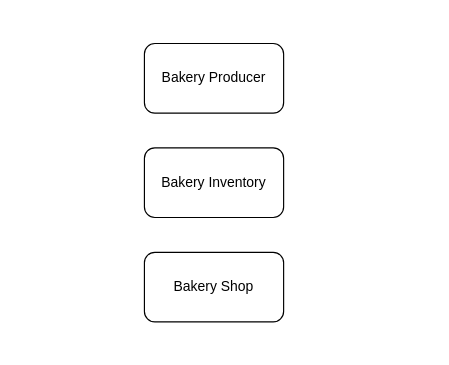
This is test.drawio from djulbicb/MP1-Pizzeria-Monolith, a draw.io file, before an edit. Source tidied: cells renumbered, new cells numbered last; positions are measured from the earlier drawing's top-left corner, leaving out a move shared by most shapes. Both pictures are drawn from the tidied source at 116%, with x=0, y=0 at pixel (144, 43).
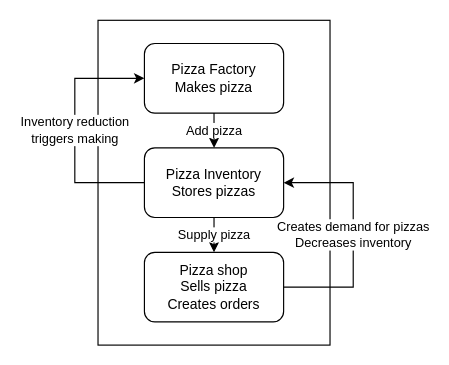
After the change.

Diff of the diagram source:
```diff
@@
 <mxGraphModel>
   <root>
     <mxCell id="0" />
     <mxCell id="1" parent="0" />
+    <mxCell id="5" style="rounded=0;whiteSpace=wrap;html=1;" parent="1" vertex="1">
+      <mxGeometry x="-40" y="-20" width="200" height="280" as="geometry" />
+    </mxCell>
-    <mxCell id="2" value="&lt;div&gt;Bakery Shop&lt;/div&gt;" style="rounded=1;whiteSpace=wrap;html=1;" parent="1" vertex="1">
+    <mxCell id="2" value="&lt;div&gt;Pizza shop&lt;br&gt;Sells pizza&lt;br&gt;&lt;/div&gt;&lt;div&gt;Creates orders&lt;br&gt;&lt;/div&gt;" style="rounded=1;whiteSpace=wrap;html=1;" parent="1" vertex="1">
       <mxGeometry y="180" width="120" height="60" as="geometry" />
     </mxCell>
-    <mxCell id="3" value="Bakery Inventory" style="rounded=1;whiteSpace=wrap;html=1;" parent="1" vertex="1">
+    <mxCell id="3" value="&lt;div&gt;Pizza Inventory&lt;/div&gt;&lt;div&gt;Stores pizzas&lt;br&gt;&lt;/div&gt;" style="rounded=1;whiteSpace=wrap;html=1;" parent="1" vertex="1">
       <mxGeometry y="90" width="120" height="60" as="geometry" />
     </mxCell>
-    <mxCell id="4" value="Bakery Producer" style="rounded=1;whiteSpace=wrap;html=1;" parent="1" vertex="1">
+    <mxCell id="4" value="&lt;div&gt;Pizza Factory&lt;/div&gt;&lt;div&gt;Makes pizza&lt;br&gt;&lt;/div&gt;" style="rounded=1;whiteSpace=wrap;html=1;" parent="1" vertex="1">
       <mxGeometry width="120" height="60" as="geometry" />
     </mxCell>
+    <mxCell id="6" value="&lt;div&gt;Creates demand for pizzas&lt;br&gt;&lt;/div&gt;&lt;div&gt;Decreases inventory&lt;br&gt;&lt;/div&gt;" style="endArrow=classic;html=1;rounded=0;exitX=1;exitY=0.5;exitDx=0;exitDy=0;entryX=1;entryY=0.5;entryDx=0;entryDy=0;" parent="1" edge="1" source="2" target="3">
+      <mxGeometry relative="1" as="geometry">
+        <Array as="points">
+          <mxPoint x="180" y="210" />
+          <mxPoint x="180" y="170" />
+          <mxPoint x="180" y="120" />
+        </Array>
+      </mxGeometry>
+    </mxCell>
+    <mxCell id="7" value="&lt;div&gt;Inventory reduction &lt;br&gt;&lt;/div&gt;&lt;div&gt;triggers making&lt;br&gt;&lt;/div&gt;" style="endArrow=classic;html=1;rounded=0;exitX=0;exitY=0.5;exitDx=0;exitDy=0;entryX=0;entryY=0.5;entryDx=0;entryDy=0;" parent="1" edge="1" source="3" target="4">
+      <mxGeometry relative="1" as="geometry">
+        <Array as="points">
+          <mxPoint x="-60" y="120" />
+          <mxPoint x="-60" y="30" />
+        </Array>
+      </mxGeometry>
+    </mxCell>
+    <mxCell id="8" value="Add pizza" style="endArrow=classic;html=1;rounded=0;exitX=0.5;exitY=1;exitDx=0;exitDy=0;entryX=0.5;entryY=0;entryDx=0;entryDy=0;" parent="1" edge="1" source="4" target="3">
+      <mxGeometry relative="1" as="geometry" />
+    </mxCell>
+    <mxCell id="9" value="Supply pizza" style="endArrow=classic;html=1;rounded=0;exitX=0.5;exitY=1;exitDx=0;exitDy=0;" parent="1" edge="1" source="3" target="2">
+      <mxGeometry relative="1" as="geometry" />
+    </mxCell>
   </root>
 </mxGraphModel>
```
